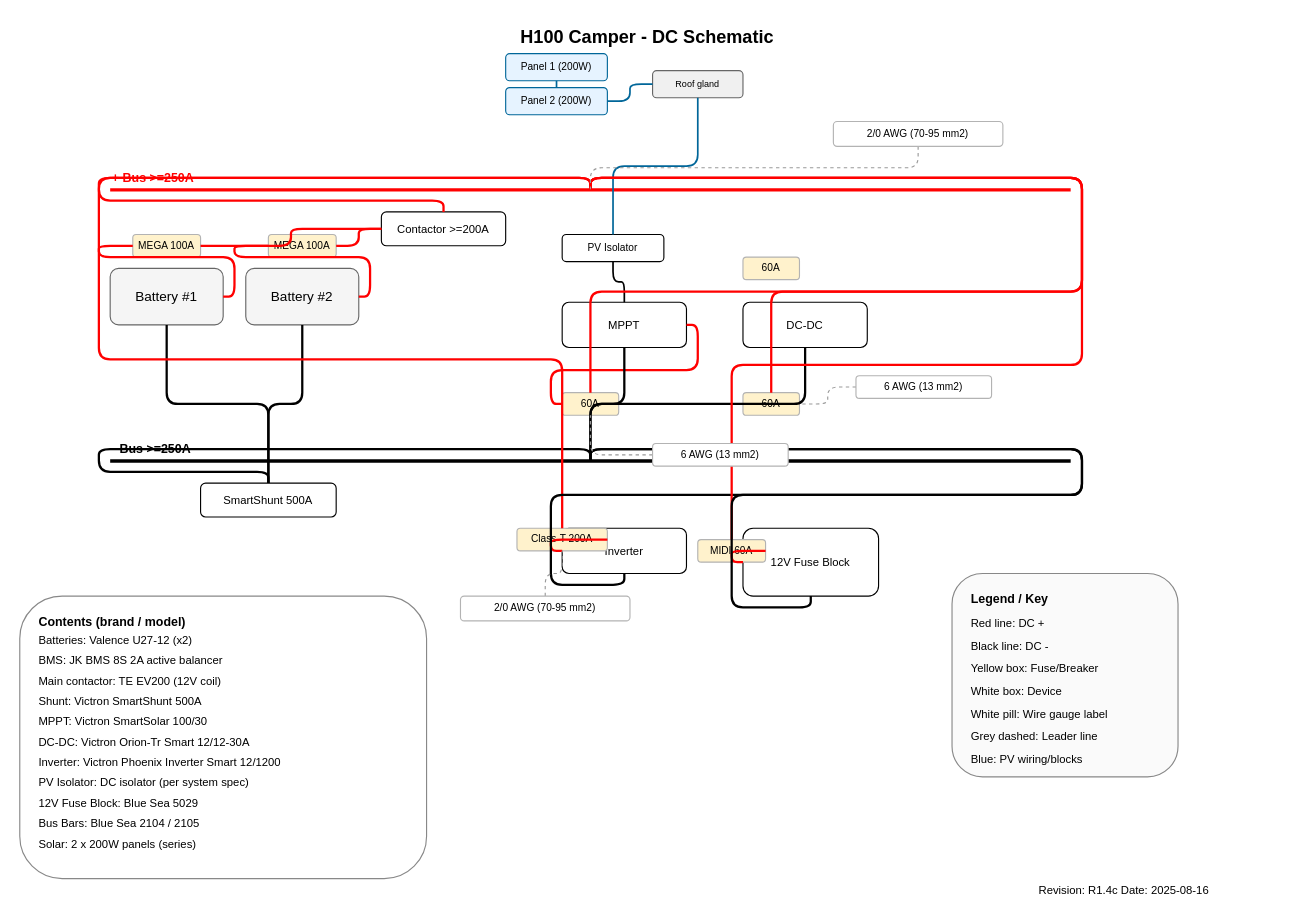
Earlier version of the draw.io diagram diagrams/dc_schematic.drawio (OutOdaBlox/H100-Camper-Build). Source tidied: cells renumbered, new cells numbered last; positions are measured from the earlier drawing's top-left corner, leaving out a move shared by most shapes. Both pictures are drawn from the tidied source at 113%, with x=0, y=0 at pixel (-26, -15).
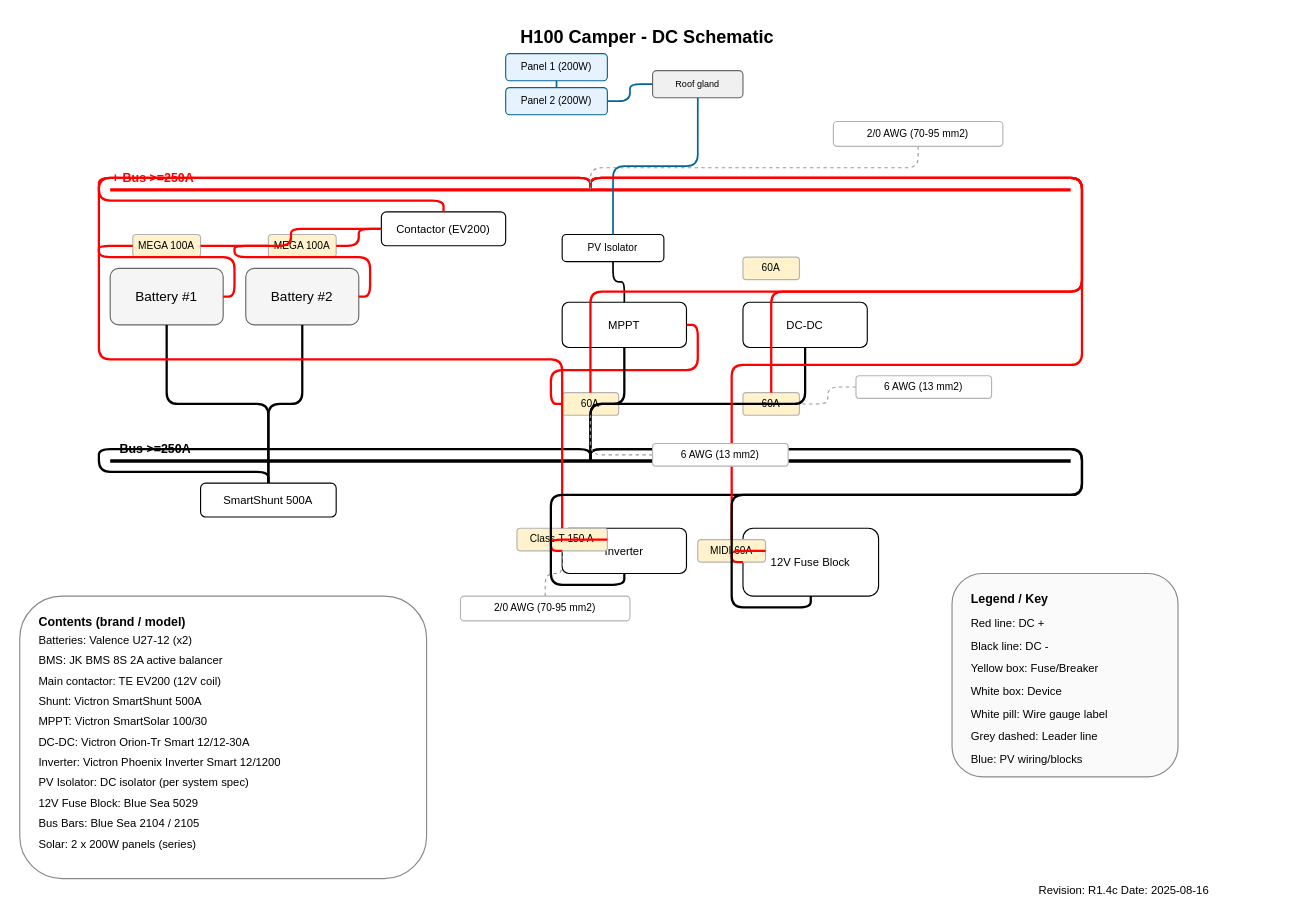
The same diagram, later.

Commit message (it also covers changes not shown here):
chore: remove 200A references from prompt; clarify contactor wording; finalize 150A everywhere\n\nCo-authored-by: OutOdaBlox <OutOdaBlox@users.noreply.github.com>

What changed in the source:
```diff
@@
-    <mxCell id="16" value="Contactor &gt;=200A" style="rounded=1;whiteSpace=wrap;html=1;strokeColor=#000;fillColor=#fff;fontSize=10;" parent="2" vertex="1">
+    <mxCell id="16" value="Contactor (EV200)" style="rounded=1;whiteSpace=wrap;html=1;strokeColor=#000;fillColor=#fff;fontSize=10;" parent="2" vertex="1">
       <mxGeometry x="360" y="200" width="110" height="30" as="geometry" />
     </mxCell>
@@
-    <mxCell id="45" value="Class-T 200A" style="rounded=1;whiteSpace=wrap;html=1;strokeColor=#b3b3b3;fillColor=#fff2cc;fontSize=9;" parent="2" vertex="1">
+    <mxCell id="45" value="Class-T 150 A" style="rounded=1;whiteSpace=wrap;html=1;strokeColor=#b3b3b3;fillColor=#fff2cc;fontSize=9;" parent="2" vertex="1">
       <mxGeometry x="480" y="480" width="80" height="20" as="geometry" />
     </mxCell>
```
